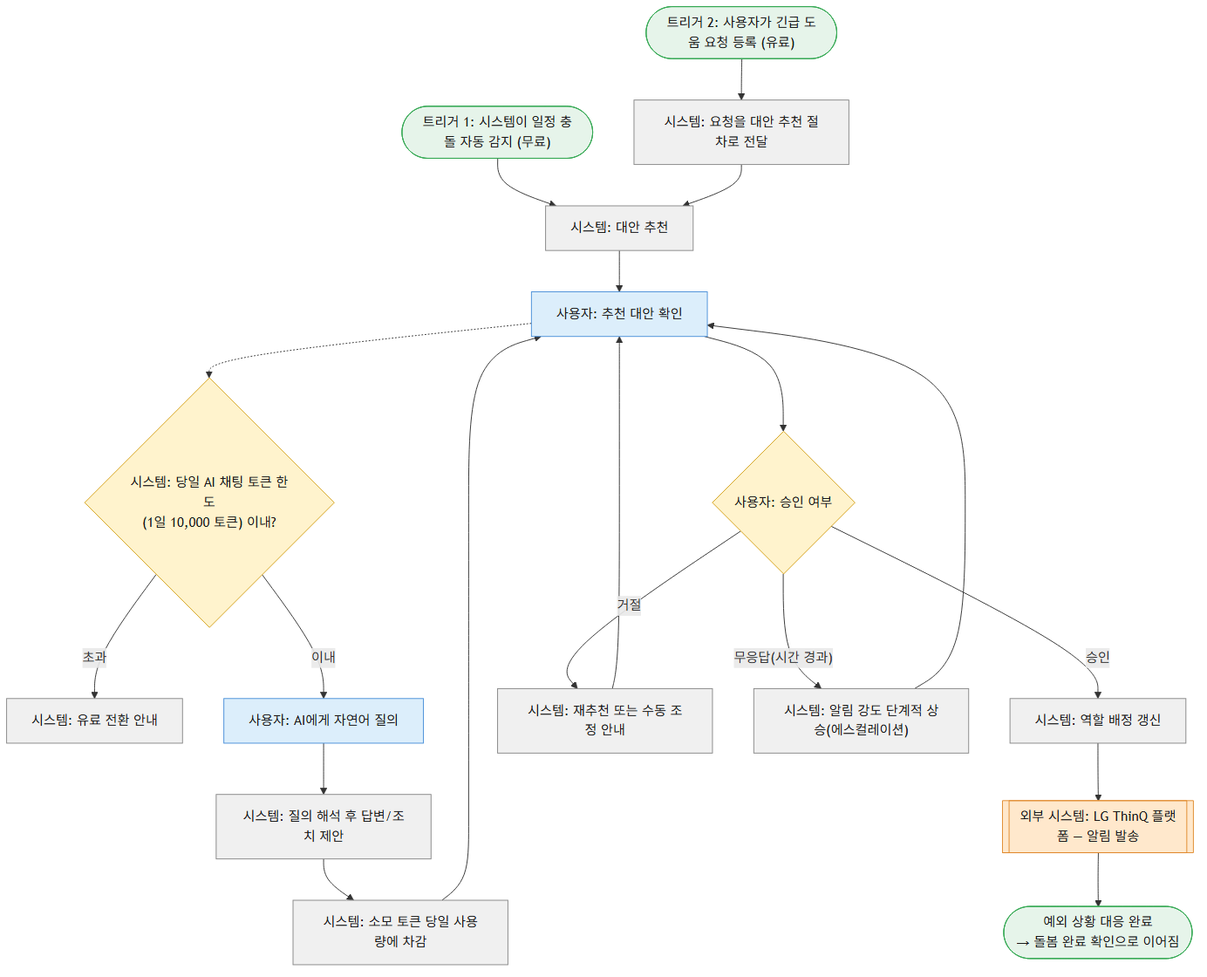
This is docs/서비스흐름도/05_예외상황대응_ExceptionCare.png from tarcein/LGDXPJ, a Mermaid export, as it was before one commit. Its source is kept beside it as docs/서비스흐름도/05_예외상황대응_ExceptionCare.mmd. The source it was exported from:
```mermaid
flowchart TD
    Start1(["트리거 1: 시스템이 일정 충돌 자동 감지 (무료)"]):::terminal --> C["시스템: 대안 추천"]:::system
    Start2(["트리거 2: 사용자가 긴급 도움 요청 등록 (유료)"]):::terminal --> B["시스템: 요청을 대안 추천 절차로 전달"]:::system
    B --> C
    C --> D["사용자: 추천 대안 확인"]:::user
    D -.-> Q0{"시스템: 당일 AI 채팅 토큰 한도\n(1일 10,000 토큰) 이내?"}:::decision
    Q0 -- "초과" --> Q1["시스템: 유료 전환 안내"]:::system
    Q0 -- "이내" --> Q["사용자: AI에게 자연어 질의"]:::user
    Q --> R["시스템: 질의 해석 후 답변/조치 제안"]:::system
    R --> R1["시스템: 소모 토큰 당일 사용량에 차감"]:::system
    R1 --> D
    D --> E{"사용자: 승인 여부"}:::decision
    E -- "승인" --> F["시스템: 역할 배정 갱신"]:::system
    E -- "거절" --> G["시스템: 재추천 또는 수동 조정 안내"]:::system
    G --> D
    E -- "무응답(시간 경과)" --> H["시스템: 알림 강도 단계적 상승(에스컬레이션)"]:::system
    H --> D
    F --> I[["외부 시스템: LG ThinQ 플랫폼 — 알림 발송"]]:::external
    I --> End(["예외 상황 대응 완료\n→ 돌봄 완료 확인으로 이어짐"]):::terminal

    classDef user fill:#DCEEFB,stroke:#4A90D9,stroke-width:1px,color:#1a1a1a;
    classDef system fill:#F0F0F0,stroke:#888888,stroke-width:1px,color:#1a1a1a;
    classDef external fill:#FFE8CC,stroke:#E08A2C,stroke-width:1px,color:#1a1a1a;
    classDef decision fill:#FFF3CD,stroke:#D4A017,stroke-width:1px,color:#1a1a1a;
    classDef terminal fill:#E6F4EA,stroke:#34A853,stroke-width:1px,color:#1a1a1a;
```
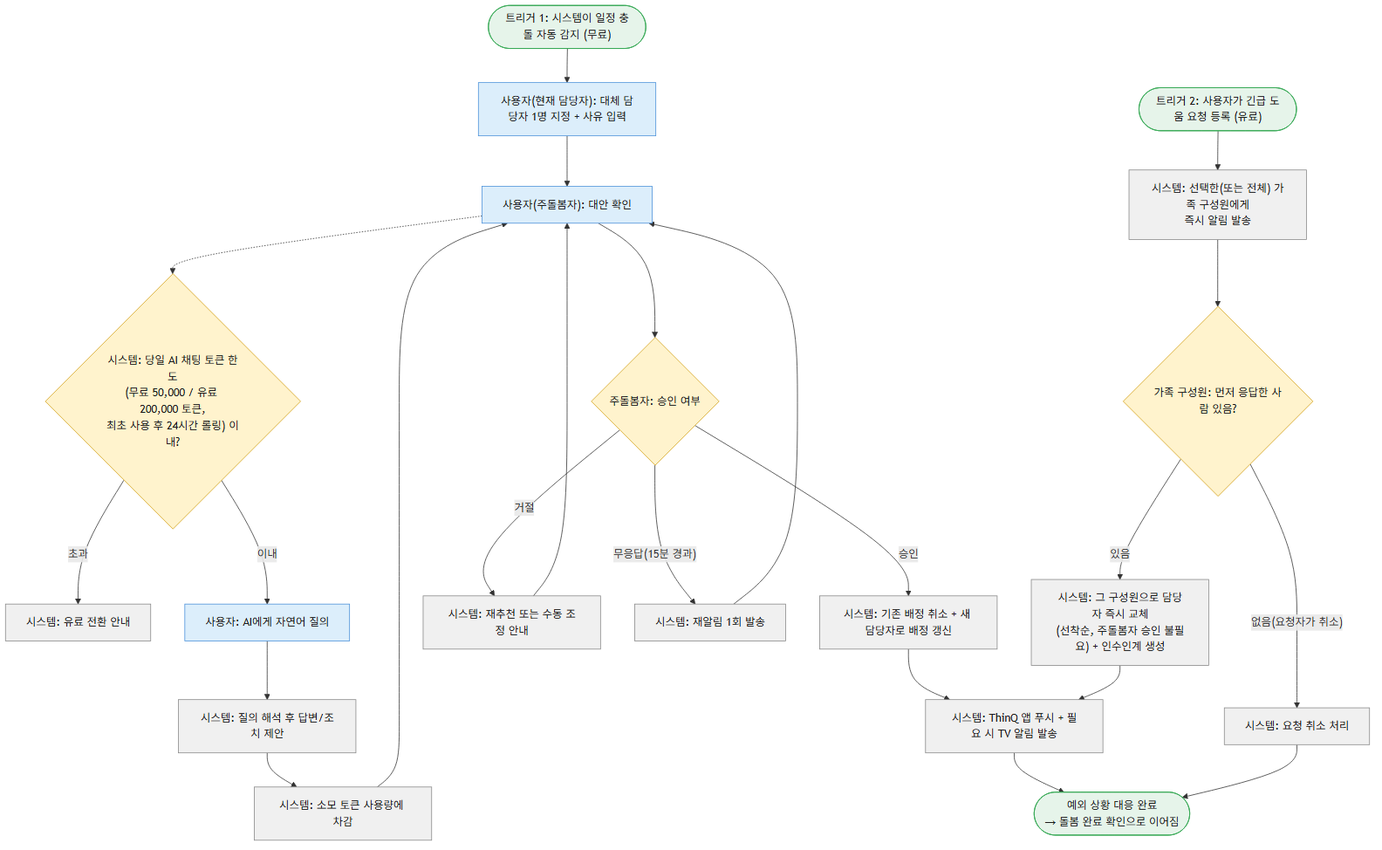
Later version of the same file.

Change to the diagram source:
```diff
@@ -1,22 +1,27 @@
 flowchart TD
-    Start1(["트리거 1: 시스템이 일정 충돌 자동 감지 (무료)"]):::terminal --> C["시스템: 대안 추천"]:::system
-    Start2(["트리거 2: 사용자가 긴급 도움 요청 등록 (유료)"]):::terminal --> B["시스템: 요청을 대안 추천 절차로 전달"]:::system
-    B --> C
-    C --> D["사용자: 추천 대안 확인"]:::user
-    D -.-> Q0{"시스템: 당일 AI 채팅 토큰 한도\n(1일 10,000 토큰) 이내?"}:::decision
+    Start1(["트리거 1: 시스템이 일정 충돌 자동 감지 (무료)"]):::terminal --> C["사용자(현재 담당자): 대체 담당자 1명 지정 + 사유 입력"]:::user
+    C --> D["사용자(주돌봄자): 대안 확인"]:::user
+    D -.-> Q0{"시스템: 당일 AI 채팅 토큰 한도\n(무료 50,000 / 유료 200,000 토큰,\n최초 사용 후 24시간 롤링) 이내?"}:::decision
     Q0 -- "초과" --> Q1["시스템: 유료 전환 안내"]:::system
     Q0 -- "이내" --> Q["사용자: AI에게 자연어 질의"]:::user
     Q --> R["시스템: 질의 해석 후 답변/조치 제안"]:::system
-    R --> R1["시스템: 소모 토큰 당일 사용량에 차감"]:::system
+    R --> R1["시스템: 소모 토큰 사용량에 차감"]:::system
     R1 --> D
-    D --> E{"사용자: 승인 여부"}:::decision
-    E -- "승인" --> F["시스템: 역할 배정 갱신"]:::system
+    D --> E{"주돌봄자: 승인 여부"}:::decision
+    E -- "승인" --> F["시스템: 기존 배정 취소 + 새 담당자로 배정 갱신"]:::system
     E -- "거절" --> G["시스템: 재추천 또는 수동 조정 안내"]:::system
     G --> D
-    E -- "무응답(시간 경과)" --> H["시스템: 알림 강도 단계적 상승(에스컬레이션)"]:::system
+    E -- "무응답(15분 경과)" --> H["시스템: 재알림 1회 발송"]:::system
     H --> D
-    F --> I[["외부 시스템: LG ThinQ 플랫폼 — 알림 발송"]]:::external
+    F --> I["시스템: ThinQ 앱 푸시 + 필요 시 TV 알림 발송"]:::system
     I --> End(["예외 상황 대응 완료\n→ 돌봄 완료 확인으로 이어짐"]):::terminal
+
+    Start2(["트리거 2: 사용자가 긴급 도움 요청 등록 (유료)"]):::terminal --> B["시스템: 선택한(또는 전체) 가족 구성원에게\n즉시 알림 발송"]:::system
+    B --> B1{"가족 구성원: 먼저 응답한 사람 있음?"}:::decision
+    B1 -- "있음" --> B2["시스템: 그 구성원으로 담당자 즉시 교체\n(선착순, 주돌봄자 승인 불필요) + 인수인계 생성"]:::system
+    B1 -- "없음(요청자가 취소)" --> B3["시스템: 요청 취소 처리"]:::system
+    B2 --> I
+    B3 --> End
 
     classDef user fill:#DCEEFB,stroke:#4A90D9,stroke-width:1px,color:#1a1a1a;
     classDef system fill:#F0F0F0,stroke:#888888,stroke-width:1px,color:#1a1a1a;
```
